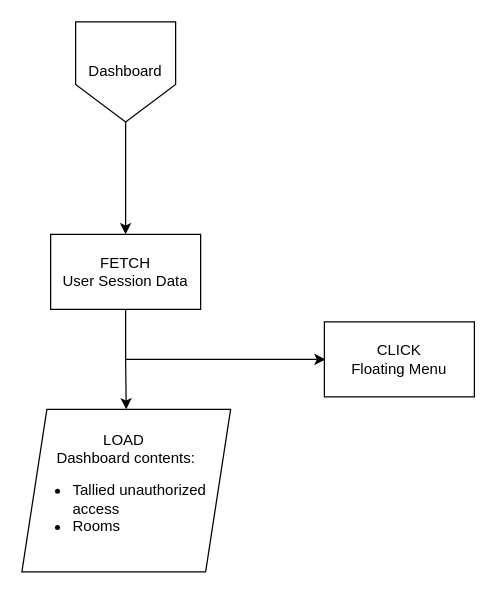
N-Jacques/RoomSecurity keeps this draw.io diagram as page "Dashboard" (3 of 5) of diagrams/RoomSecurity.drawio.xml. Above is the earlier version. Source tidied: cells renumbered, new cells numbered last; positions are measured from the earlier drawing's top-left corner, leaving out a move shared by most shapes. Both pictures are drawn from the tidied source at 125%, with x=0, y=0 at pixel (21, 21).
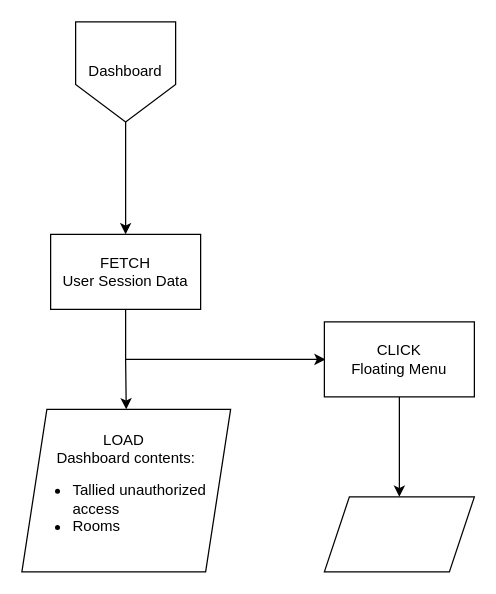
The same diagram, later.

What changed in the source:
```diff
@@
 <mxGraphModel>
   <root>
     <mxCell id="0" />
     <mxCell id="1" parent="0" />
     <mxCell id="2" style="edgeStyle=orthogonalEdgeStyle;rounded=0;jettySize=auto;html=1;" parent="1" edge="1" source="3" target="5">
       <mxGeometry relative="1" as="geometry" />
     </mxCell>
     <mxCell id="3" value="Dashboard" style="shape=offPageConnector;whiteSpace=wrap;html=1;" parent="1" vertex="1">
       <mxGeometry x="43" width="80" height="80" as="geometry" />
     </mxCell>
     <mxCell id="4" style="edgeStyle=orthogonalEdgeStyle;rounded=0;jettySize=auto;html=1;" parent="1" edge="1" source="5" target="6">
       <mxGeometry relative="1" as="geometry" />
     </mxCell>
     <mxCell id="5" value="FETCH&lt;div&gt;User Session Data&lt;/div&gt;" style="whiteSpace=wrap;html=1;" parent="1" vertex="1">
       <mxGeometry x="23" y="170" width="120" height="60" as="geometry" />
     </mxCell>
     <mxCell id="6" value="LOAD&amp;nbsp;&lt;div&gt;Dashboard contents:&lt;/div&gt;&lt;div&gt;&lt;ul&gt;&lt;li style=&quot;text-align: left;&quot;&gt;Tallied unauthorized access&lt;/li&gt;&lt;li style=&quot;text-align: left;&quot;&gt;Rooms&lt;/li&gt;&lt;/ul&gt;&lt;/div&gt;" style="shape=parallelogram;perimeter=parallelogramPerimeter;whiteSpace=wrap;html=1;fixedSize=1;align=center;" parent="1" vertex="1">
       <mxGeometry y="310" width="167" height="130" as="geometry" />
     </mxCell>
     <mxCell id="7" style="endArrow=classic;html=1;rounded=0;entryX=0.008;entryY=0.5;entryDx=0;entryDy=0;entryPerimeter=0;" parent="1" edge="1" target="8">
       <mxGeometry relative="1" as="geometry">
         <mxPoint x="83" y="270" as="sourcePoint" />
       </mxGeometry>
     </mxCell>
+    <mxCell id="9" style="edgeStyle=orthogonalEdgeStyle;rounded=0;jettySize=auto;html=1;" parent="1" edge="1" source="8" target="10">
+      <mxGeometry relative="1" as="geometry" />
+    </mxCell>
     <mxCell id="8" value="CLICK&lt;div&gt;Floating Menu&lt;/div&gt;" style="whiteSpace=wrap;html=1;" parent="1" vertex="1">
       <mxGeometry x="242" y="240" width="120" height="60" as="geometry" />
     </mxCell>
+    <mxCell id="10" style="shape=parallelogram;perimeter=parallelogramPerimeter;whiteSpace=wrap;html=1;fixedSize=1;" parent="1" vertex="1">
+      <mxGeometry x="242" y="380" width="120" height="60" as="geometry" />
+    </mxCell>
   </root>
 </mxGraphModel>
```
